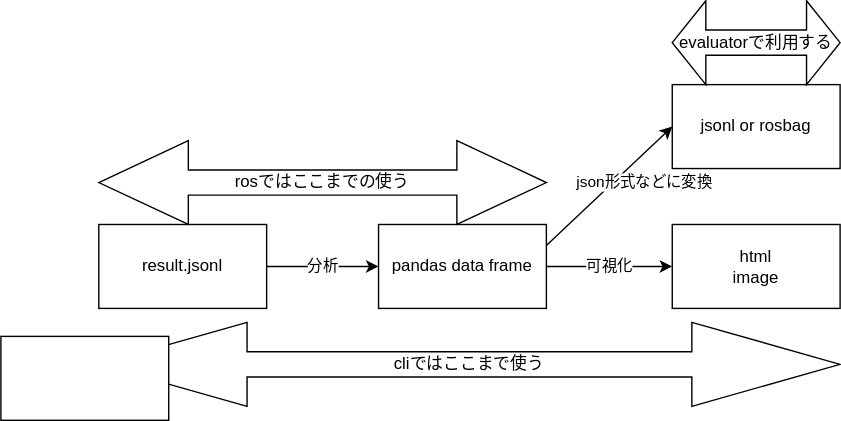
This is docs/analyzer/images/future_work.drawio.svg from tier4/driving_log_replayer, a draw.io export, as it was before one commit. Source tidied: cells renumbered, new cells last; positions are measured from the earlier drawing's top-left corner, leaving out a move shared by most shapes. The source it was exported from:
```xml
<mxGraphModel>
  <root>
    <mxCell id="0" />
    <mxCell id="1" parent="0" />
    <mxCell id="2" value="分析" style="edgeStyle=none;html=1;" parent="1" edge="1" source="3" target="6">
      <mxGeometry relative="1" as="geometry" />
    </mxCell>
    <mxCell id="3" value="result.jsonl" style="rounded=0;whiteSpace=wrap;html=1;" parent="1" vertex="1">
      <mxGeometry x="70" y="160" width="120" height="60" as="geometry" />
    </mxCell>
    <mxCell id="4" value="可視化" style="edgeStyle=none;html=1;" parent="1" edge="1" source="6" target="7">
      <mxGeometry relative="1" as="geometry" />
    </mxCell>
    <mxCell id="5" value="json形式などに変換" style="edgeStyle=none;html=1;exitX=1;exitY=0.25;exitDx=0;exitDy=0;entryX=0;entryY=0.5;entryDx=0;entryDy=0;" parent="1" edge="1" source="6" target="10">
      <mxGeometry x="0.32" y="-15" relative="1" as="geometry" />
    </mxCell>
    <mxCell id="6" value="pandas data frame" style="rounded=0;whiteSpace=wrap;html=1;" parent="1" vertex="1">
      <mxGeometry x="270" y="160" width="120" height="60" as="geometry" />
    </mxCell>
    <mxCell id="7" value="html&lt;br&gt;image" style="rounded=0;whiteSpace=wrap;html=1;" parent="1" vertex="1">
      <mxGeometry x="480" y="160" width="120" height="60" as="geometry" />
    </mxCell>
    <mxCell id="8" value="rosではここまでの使う" style="shape=doubleArrow;whiteSpace=wrap;html=1;" parent="1" vertex="1">
      <mxGeometry x="70" y="100" width="320" height="60" as="geometry" />
    </mxCell>
    <mxCell id="9" value="cliではここまで使う" style="shape=doubleArrow;whiteSpace=wrap;html=1;" parent="1" vertex="1">
      <mxGeometry x="70" y="230" width="530" height="60" as="geometry" />
    </mxCell>
    <mxCell id="10" value="jsonl or rosbag" style="rounded=0;whiteSpace=wrap;html=1;" parent="1" vertex="1">
      <mxGeometry x="480" y="60" width="120" height="60" as="geometry" />
    </mxCell>
    <mxCell id="11" value="evaluatorで利用する" style="shape=doubleArrow;whiteSpace=wrap;html=1;" parent="1" vertex="1">
      <mxGeometry x="480" width="120" height="60" as="geometry" />
    </mxCell>
    <mxCell id="12" style="whiteSpace=wrap;html=1;" parent="1" vertex="1">
      <mxGeometry y="240" width="120" height="60" as="geometry" />
    </mxCell>
  </root>
</mxGraphModel>
```
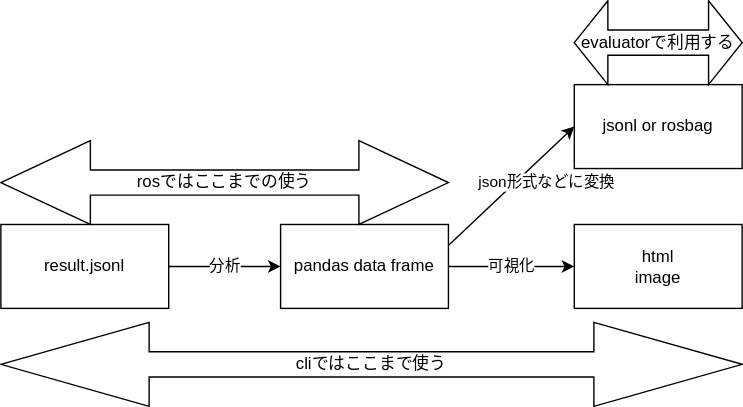
The same file after the commit.

Diff of the diagram source:
```diff
@@ -32,8 +32,5 @@
     <mxCell id="11" value="evaluatorで利用する" style="shape=doubleArrow;whiteSpace=wrap;html=1;" parent="1" vertex="1">
       <mxGeometry x="480" width="120" height="60" as="geometry" />
     </mxCell>
-    <mxCell id="12" style="whiteSpace=wrap;html=1;" parent="1" vertex="1">
-      <mxGeometry y="240" width="120" height="60" as="geometry" />
-    </mxCell>
   </root>
 </mxGraphModel>
```
